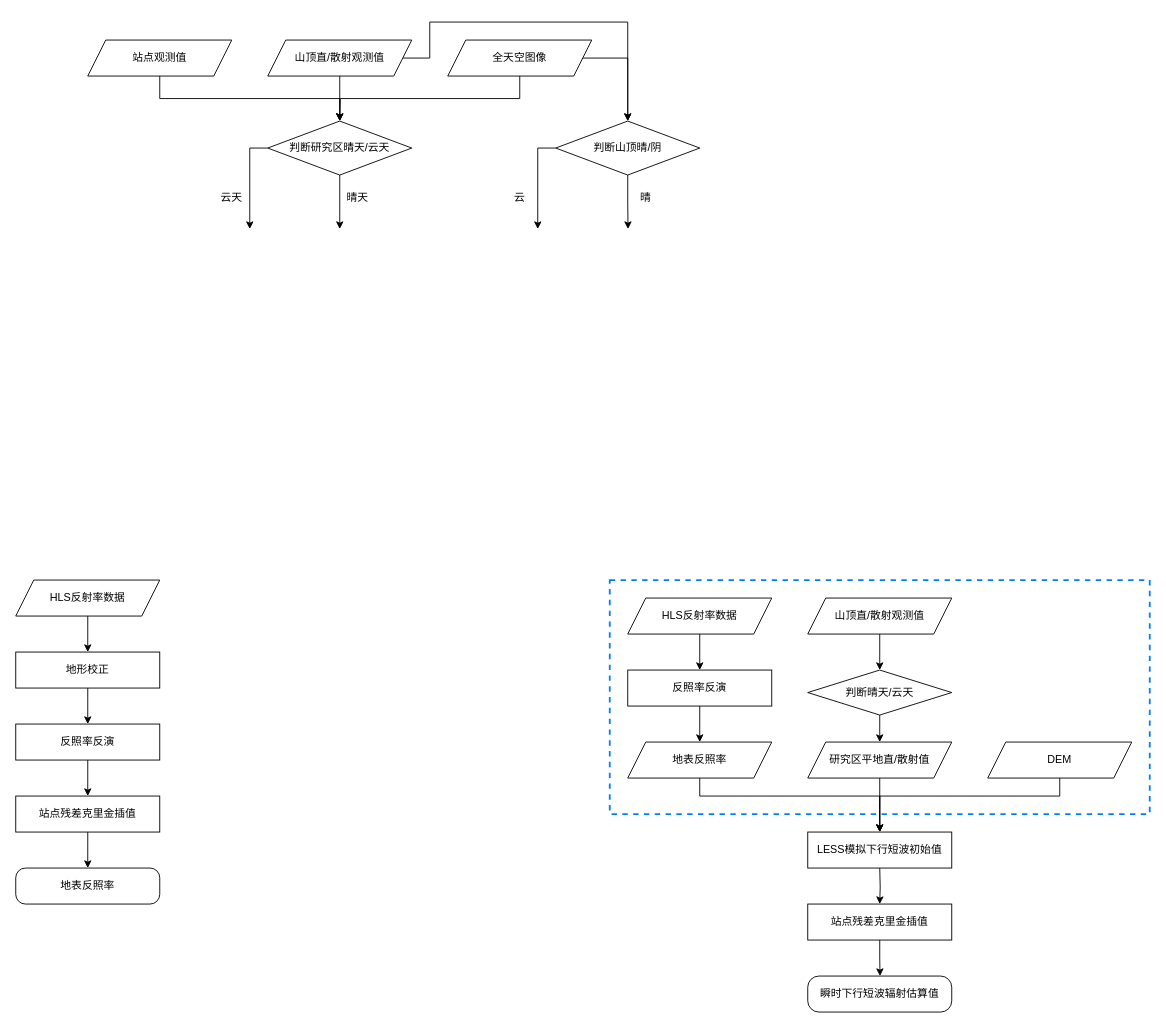
MaverickCQ/IMHE-Project keeps this draw.io diagram as 山地项目流程_2021-11-10.drawio. Above is the earlier version. Source tidied: cells renumbered, new cells numbered last; positions are measured from the earlier drawing's top-left corner, leaving out a move shared by most shapes. Both pictures are drawn from the tidied source at 90%, with x=0, y=0 at pixel (15, 22).
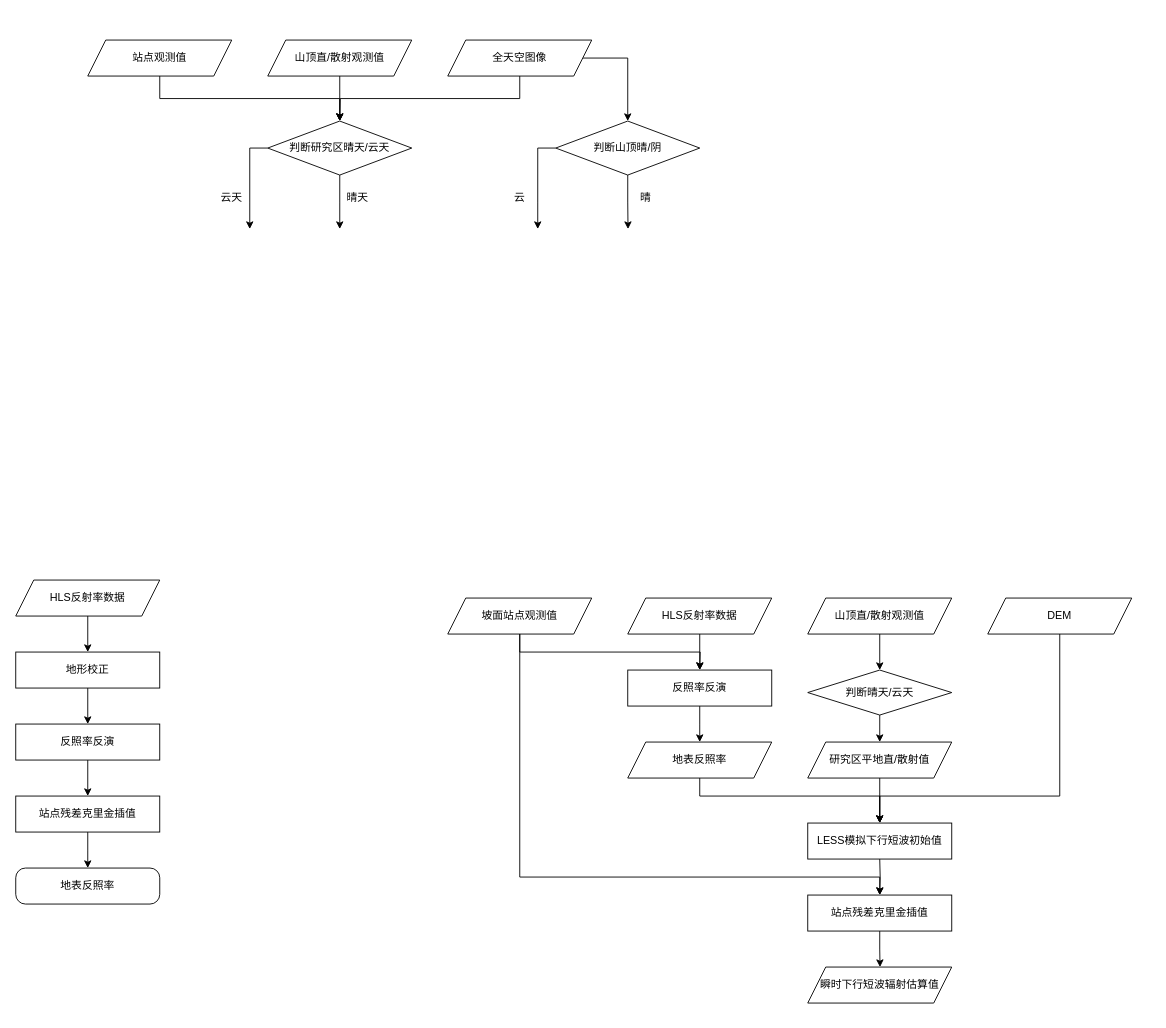
The same page after the edit.

Commit message:
Update 山地项目流程_2021-11-10.drawio

The change refers to these unchanged cells:
```xml
<mxCell id="5" value="山顶直/散射观测值" style="shape=parallelogram;perimeter=parallelogramPerimeter;whiteSpace=wrap;html=1;fixedSize=1;" parent="1" vertex="1">
  <mxGeometry x="280" y="20" width="160" height="40" as="geometry" />
</mxCell>
<mxCell id="43" value="判断山顶晴/阴" style="rhombus;whiteSpace=wrap;html=1;" parent="1" vertex="1">
  <mxGeometry x="600" y="110" width="160" height="60" as="geometry" />
</mxCell>
```

Diff of the diagram source:
```diff
@@
-    <mxCell id="2" style="rounded=0;whiteSpace=wrap;html=1;fillColor=none;dashed=1;strokeWidth=2;strokeColor=#007FFF;" parent="1" vertex="1">
-      <mxGeometry x="660" y="620" width="600" height="260" as="geometry" />
-    </mxCell>
-    <mxCell id="3" style="edgeStyle=orthogonalEdgeStyle;rounded=0;jettySize=auto;html=1;exitX=1;exitY=0.5;exitDx=0;exitDy=0;entryX=0.5;entryY=0;entryDx=0;entryDy=0;" parent="1" edge="1" source="5" target="43">
-      <mxGeometry relative="1" as="geometry">
-        <Array as="points">
-          <mxPoint x="460" y="40" />
-          <mxPoint x="460" />
-          <mxPoint x="680" />
-        </Array>
-      </mxGeometry>
-    </mxCell>
@@
     <mxCell id="30" value="DEM" style="shape=parallelogram;perimeter=parallelogramPerimeter;whiteSpace=wrap;html=1;fixedSize=1;" parent="1" vertex="1">
-      <mxGeometry x="1080" y="800" width="160" height="40" as="geometry" />
+      <mxGeometry x="1080" y="640" width="160" height="40" as="geometry" />
     </mxCell>
     <mxCell id="31" style="edgeStyle=orthogonalEdgeStyle;rounded=0;jettySize=auto;html=1;exitX=0.5;exitY=1;exitDx=0;exitDy=0;" parent="1" edge="1" target="33">
       <mxGeometry relative="1" as="geometry">
-        <mxPoint x="960" y="940" as="sourcePoint" />
+        <mxPoint x="960" y="930" as="sourcePoint" />
       </mxGeometry>
     </mxCell>
     <mxCell id="32" style="edgeStyle=orthogonalEdgeStyle;rounded=0;jettySize=auto;html=1;exitX=0.5;exitY=1;exitDx=0;exitDy=0;" parent="1" edge="1" source="33">
       <mxGeometry relative="1" as="geometry">
-        <mxPoint x="960.3" y="1060" as="targetPoint" />
+        <mxPoint x="960.3" y="1050" as="targetPoint" />
       </mxGeometry>
     </mxCell>
     <mxCell id="33" value="站点残差克里金插值" style="rounded=0;whiteSpace=wrap;html=1;" parent="1" vertex="1">
-      <mxGeometry x="880" y="980" width="160" height="40" as="geometry" />
+      <mxGeometry x="880" y="970" width="160" height="40" as="geometry" />
     </mxCell>
     <mxCell id="34" value="LESS模拟下行短波初始值" style="rounded=0;whiteSpace=wrap;html=1;" parent="1" vertex="1">
-      <mxGeometry x="880" y="900" width="160" height="40" as="geometry" />
+      <mxGeometry x="880" y="890" width="160" height="40" as="geometry" />
     </mxCell>
-    <mxCell id="35" value="瞬时下行短波辐射估算值" style="rounded=1;whiteSpace=wrap;html=1;arcSize=31;" parent="1" vertex="1">
-      <mxGeometry x="880" y="1060" width="160" height="40" as="geometry" />
-    </mxCell>
@@
+    <mxCell id="49" style="edgeStyle=orthogonalEdgeStyle;rounded=0;jettySize=auto;html=1;exitX=0.5;exitY=1;exitDx=0;exitDy=0;" parent="1" edge="1" source="51">
+      <mxGeometry relative="1" as="geometry">
+        <mxPoint x="760" y="720" as="targetPoint" />
+      </mxGeometry>
+    </mxCell>
+    <mxCell id="50" style="edgeStyle=orthogonalEdgeStyle;rounded=0;jettySize=auto;html=1;exitX=0.5;exitY=1;exitDx=0;exitDy=0;entryX=0.5;entryY=0;entryDx=0;entryDy=0;" parent="1" edge="1" source="51" target="33">
+      <mxGeometry relative="1" as="geometry">
+        <Array as="points">
+          <mxPoint x="560" y="950" />
+          <mxPoint x="960" y="950" />
+        </Array>
+      </mxGeometry>
+    </mxCell>
+    <mxCell id="51" value="坡面站点观测值" style="shape=parallelogram;perimeter=parallelogramPerimeter;whiteSpace=wrap;html=1;fixedSize=1;" parent="1" vertex="1">
+      <mxGeometry x="480" y="640" width="160" height="40" as="geometry" />
+    </mxCell>
+    <mxCell id="35" value="瞬时下行短波辐射估算值" style="shape=parallelogram;perimeter=parallelogramPerimeter;whiteSpace=wrap;html=1;fixedSize=1;" parent="1" vertex="1">
+      <mxGeometry x="880" y="1050" width="160" height="40" as="geometry" />
+    </mxCell>
```
